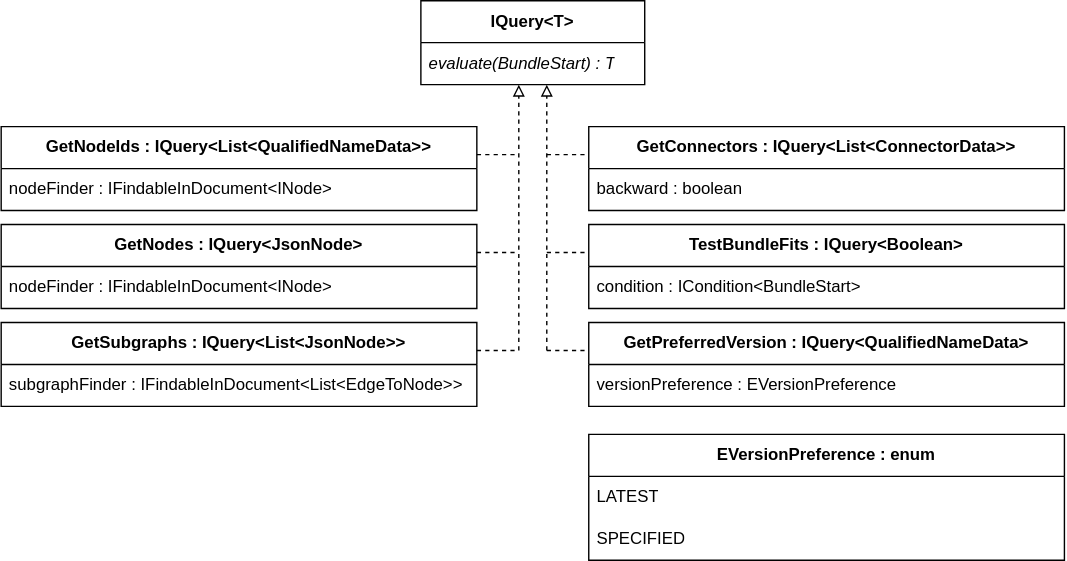
The draw.io diagram query-structure/iquery.drawio.svg in JuliaMeee/mthesis-distributed-provenance-search, before a commit. Source tidied: cells renumbered, new cells last; positions are measured from the earlier drawing's top-left corner, leaving out a move shared by most shapes. Source of this version:
```xml
<mxGraphModel>
  <root>
    <mxCell id="0" />
    <mxCell id="1" parent="0" />
    <mxCell id="2" value="&lt;b&gt;GetNodeIds : IQuery&amp;lt;List&amp;lt;QualifiedNameData&amp;gt;&amp;gt;&lt;/b&gt;" style="swimlane;fontStyle=0;horizontal=1;startSize=30;whiteSpace=wrap;html=1;" parent="1" vertex="1">
      <mxGeometry y="90" width="340" height="60" as="geometry" />
    </mxCell>
    <mxCell id="3" value="nodeFinder :&amp;nbsp;IFindableInDocument&amp;lt;INode&amp;gt;" style="text;strokeColor=none;fillColor=none;align=left;verticalAlign=middle;spacingLeft=4;spacingRight=4;overflow=hidden;whiteSpace=wrap;html=1;" parent="2" vertex="1">
      <mxGeometry y="30" width="340" height="30" as="geometry" />
    </mxCell>
    <mxCell id="4" value="&lt;b&gt;GetNodes :&amp;nbsp;IQuery&amp;lt;JsonNode&amp;gt;&lt;/b&gt;" style="swimlane;fontStyle=0;horizontal=1;startSize=30;whiteSpace=wrap;html=1;" parent="1" vertex="1">
      <mxGeometry y="160" width="340" height="60" as="geometry" />
    </mxCell>
    <mxCell id="5" value="nodeFinder :&amp;nbsp;IFindableInDocument&amp;lt;INode&amp;gt;" style="text;strokeColor=none;fillColor=none;align=left;verticalAlign=middle;spacingLeft=4;spacingRight=4;overflow=hidden;whiteSpace=wrap;html=1;" parent="4" vertex="1">
      <mxGeometry y="30" width="340" height="30" as="geometry" />
    </mxCell>
    <mxCell id="6" value="&lt;b&gt;GetSubgraphs :&amp;nbsp;IQuery&amp;lt;List&amp;lt;JsonNode&amp;gt;&amp;gt;&lt;/b&gt;" style="swimlane;fontStyle=0;horizontal=1;startSize=30;whiteSpace=wrap;html=1;" parent="1" vertex="1">
      <mxGeometry y="230" width="340" height="60" as="geometry" />
    </mxCell>
    <mxCell id="7" value="subgraphFinder :&amp;nbsp;IFindableInDocument&amp;lt;List&amp;lt;EdgeToNode&amp;gt;&amp;gt;" style="text;strokeColor=none;fillColor=none;align=left;verticalAlign=middle;spacingLeft=4;spacingRight=4;overflow=hidden;whiteSpace=wrap;html=1;" parent="6" vertex="1">
      <mxGeometry y="30" width="340" height="30" as="geometry" />
    </mxCell>
    <mxCell id="8" value="&lt;b&gt;TestBundleFits :&amp;nbsp;IQuery&amp;lt;Boolean&amp;gt;&lt;/b&gt;" style="swimlane;fontStyle=0;horizontal=1;startSize=30;whiteSpace=wrap;html=1;" parent="1" vertex="1">
      <mxGeometry x="420" y="160" width="340" height="60" as="geometry" />
    </mxCell>
    <mxCell id="9" value="condition :&amp;nbsp;ICondition&amp;lt;BundleStart&amp;gt;" style="text;strokeColor=none;fillColor=none;align=left;verticalAlign=middle;spacingLeft=4;spacingRight=4;overflow=hidden;whiteSpace=wrap;html=1;" parent="8" vertex="1">
      <mxGeometry y="30" width="340" height="30" as="geometry" />
    </mxCell>
    <mxCell id="10" value="&lt;b&gt;GetPreferredVersion :&amp;nbsp;IQuery&amp;lt;QualifiedNameData&amp;gt;&lt;/b&gt;" style="swimlane;fontStyle=0;horizontal=1;startSize=30;whiteSpace=wrap;html=1;" parent="1" vertex="1">
      <mxGeometry x="420" y="230" width="340" height="60" as="geometry" />
    </mxCell>
    <mxCell id="11" value="versionPreference :&amp;nbsp;EVersionPreference" style="text;strokeColor=none;fillColor=none;align=left;verticalAlign=middle;spacingLeft=4;spacingRight=4;overflow=hidden;whiteSpace=wrap;html=1;" parent="10" vertex="1">
      <mxGeometry y="30" width="340" height="30" as="geometry" />
    </mxCell>
    <mxCell id="12" value="&lt;b&gt;GetConnectors :&amp;nbsp;IQuery&amp;lt;List&amp;lt;ConnectorData&amp;gt;&amp;gt;&lt;/b&gt;" style="swimlane;fontStyle=0;horizontal=1;startSize=30;whiteSpace=wrap;html=1;" parent="1" vertex="1">
      <mxGeometry x="420" y="90" width="340" height="60" as="geometry" />
    </mxCell>
    <mxCell id="13" value="backward : boolean" style="text;strokeColor=none;fillColor=none;align=left;verticalAlign=middle;spacingLeft=4;spacingRight=4;overflow=hidden;whiteSpace=wrap;html=1;" parent="12" vertex="1">
      <mxGeometry y="30" width="340" height="30" as="geometry" />
    </mxCell>
    <mxCell id="14" style="endArrow=block;html=1;rounded=0;endFill=0;dashed=1;" parent="1" edge="1">
      <mxGeometry relative="1" as="geometry">
        <mxPoint x="390" y="250" as="sourcePoint" />
        <mxPoint x="390" y="60" as="targetPoint" />
      </mxGeometry>
    </mxCell>
    <mxCell id="15" style="endArrow=none;dashed=1;html=1;rounded=0;entryX=0;entryY=0.25;entryDx=0;entryDy=0;" parent="1" edge="1">
      <mxGeometry relative="1" as="geometry">
        <mxPoint x="390" y="180" as="sourcePoint" />
        <mxPoint x="420" y="180" as="targetPoint" />
        <Array as="points">
          <mxPoint x="390" y="180" />
        </Array>
      </mxGeometry>
    </mxCell>
    <mxCell id="16" style="endArrow=none;dashed=1;html=1;rounded=0;entryX=0;entryY=0.25;entryDx=0;entryDy=0;" parent="1" edge="1">
      <mxGeometry relative="1" as="geometry">
        <mxPoint x="390" y="250" as="sourcePoint" />
        <mxPoint x="420" y="250" as="targetPoint" />
      </mxGeometry>
    </mxCell>
    <mxCell id="17" style="endArrow=none;dashed=1;html=1;rounded=0;entryX=0;entryY=0.25;entryDx=0;entryDy=0;" parent="1" edge="1">
      <mxGeometry relative="1" as="geometry">
        <mxPoint x="390" y="110" as="sourcePoint" />
        <mxPoint x="420" y="110" as="targetPoint" />
      </mxGeometry>
    </mxCell>
    <mxCell id="18" value="&lt;b&gt;IQuery&amp;lt;T&amp;gt;&lt;/b&gt;" style="swimlane;fontStyle=0;horizontal=1;startSize=30;whiteSpace=wrap;html=1;" parent="1" vertex="1">
      <mxGeometry x="300" width="160" height="60" as="geometry" />
    </mxCell>
    <mxCell id="19" value="&lt;i&gt;evaluate(BundleStart) : T&lt;/i&gt;" style="text;strokeColor=none;fillColor=none;align=left;verticalAlign=middle;spacingLeft=4;spacingRight=4;overflow=hidden;whiteSpace=wrap;html=1;" parent="18" vertex="1">
      <mxGeometry y="30" width="160" height="30" as="geometry" />
    </mxCell>
    <mxCell id="20" style="endArrow=block;html=1;rounded=0;endFill=0;dashed=1;" parent="1" edge="1">
      <mxGeometry relative="1" as="geometry">
        <mxPoint x="370" y="250" as="sourcePoint" />
        <mxPoint x="370" y="60" as="targetPoint" />
      </mxGeometry>
    </mxCell>
    <mxCell id="21" style="endArrow=none;dashed=1;html=1;rounded=0;entryX=0;entryY=0.25;entryDx=0;entryDy=0;" parent="1" edge="1">
      <mxGeometry relative="1" as="geometry">
        <mxPoint x="340" y="110" as="sourcePoint" />
        <mxPoint x="370" y="110" as="targetPoint" />
      </mxGeometry>
    </mxCell>
    <mxCell id="22" style="endArrow=none;dashed=1;html=1;rounded=0;entryX=0;entryY=0.25;entryDx=0;entryDy=0;" parent="1" edge="1">
      <mxGeometry relative="1" as="geometry">
        <mxPoint x="340" y="180" as="sourcePoint" />
        <mxPoint x="370" y="180" as="targetPoint" />
      </mxGeometry>
    </mxCell>
    <mxCell id="23" style="endArrow=none;dashed=1;html=1;rounded=0;entryX=0;entryY=0.25;entryDx=0;entryDy=0;" parent="1" edge="1">
      <mxGeometry relative="1" as="geometry">
        <mxPoint x="340" y="250" as="sourcePoint" />
        <mxPoint x="370" y="250" as="targetPoint" />
        <Array as="points">
          <mxPoint x="340" y="250" />
        </Array>
      </mxGeometry>
    </mxCell>
    <mxCell id="24" value="&lt;b&gt;EVersionPreference : enum&lt;/b&gt;" style="swimlane;fontStyle=0;horizontal=1;startSize=30;whiteSpace=wrap;html=1;" parent="1" vertex="1">
      <mxGeometry x="420" y="310" width="340" height="90" as="geometry" />
    </mxCell>
    <mxCell id="25" value="LATEST" style="text;strokeColor=none;fillColor=none;align=left;verticalAlign=middle;spacingLeft=4;spacingRight=4;overflow=hidden;whiteSpace=wrap;html=1;" parent="24" vertex="1">
      <mxGeometry y="30" width="340" height="30" as="geometry" />
    </mxCell>
    <mxCell id="26" value="SPECIFIED" style="text;strokeColor=none;fillColor=none;align=left;verticalAlign=middle;spacingLeft=4;spacingRight=4;overflow=hidden;whiteSpace=wrap;html=1;" parent="24" vertex="1">
      <mxGeometry y="60" width="340" height="30" as="geometry" />
    </mxCell>
  </root>
</mxGraphModel>
```
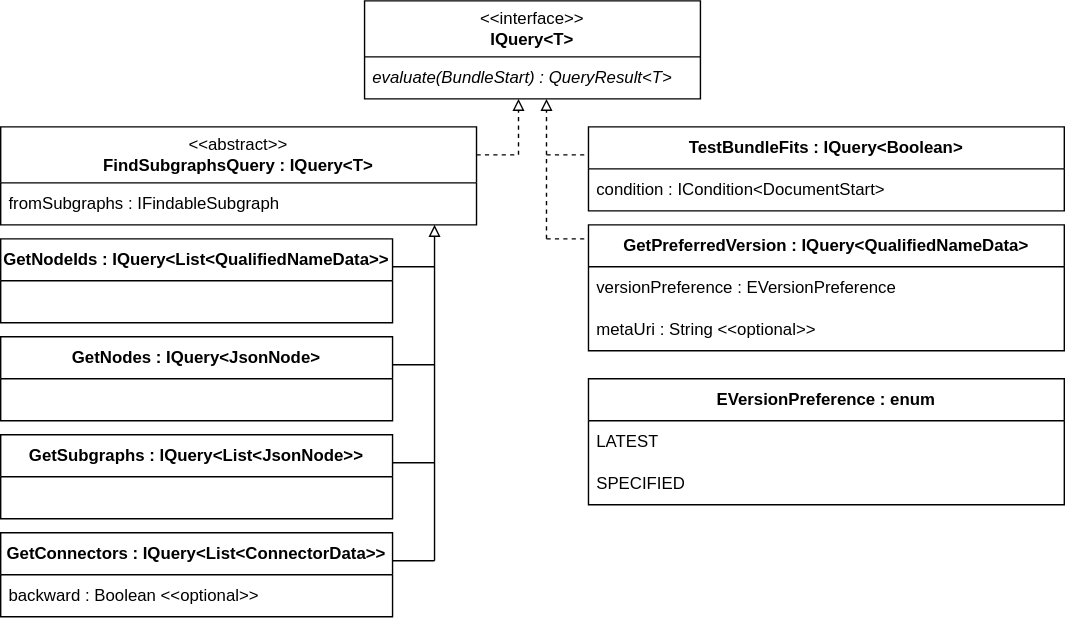
Later version of the same file.

Change to the diagram source:
```diff
@@ -3,103 +3,91 @@
     <mxCell id="0" />
     <mxCell id="1" parent="0" />
     <mxCell id="2" value="&lt;b&gt;GetNodeIds : IQuery&amp;lt;List&amp;lt;QualifiedNameData&amp;gt;&amp;gt;&lt;/b&gt;" style="swimlane;fontStyle=0;horizontal=1;startSize=30;whiteSpace=wrap;html=1;" parent="1" vertex="1">
-      <mxGeometry y="90" width="340" height="60" as="geometry" />
+      <mxGeometry y="160" width="280" height="60" as="geometry" />
     </mxCell>
-    <mxCell id="3" value="nodeFinder :&amp;nbsp;IFindableInDocument&amp;lt;INode&amp;gt;" style="text;strokeColor=none;fillColor=none;align=left;verticalAlign=middle;spacingLeft=4;spacingRight=4;overflow=hidden;whiteSpace=wrap;html=1;" parent="2" vertex="1">
-      <mxGeometry y="30" width="340" height="30" as="geometry" />
-    </mxCell>
     <mxCell id="4" value="&lt;b&gt;GetNodes :&amp;nbsp;IQuery&amp;lt;JsonNode&amp;gt;&lt;/b&gt;" style="swimlane;fontStyle=0;horizontal=1;startSize=30;whiteSpace=wrap;html=1;" parent="1" vertex="1">
-      <mxGeometry y="160" width="340" height="60" as="geometry" />
+      <mxGeometry y="230" width="280" height="60" as="geometry" />
     </mxCell>
-    <mxCell id="5" value="nodeFinder :&amp;nbsp;IFindableInDocument&amp;lt;INode&amp;gt;" style="text;strokeColor=none;fillColor=none;align=left;verticalAlign=middle;spacingLeft=4;spacingRight=4;overflow=hidden;whiteSpace=wrap;html=1;" parent="4" vertex="1">
-      <mxGeometry y="30" width="340" height="30" as="geometry" />
-    </mxCell>
     <mxCell id="6" value="&lt;b&gt;GetSubgraphs :&amp;nbsp;IQuery&amp;lt;List&amp;lt;JsonNode&amp;gt;&amp;gt;&lt;/b&gt;" style="swimlane;fontStyle=0;horizontal=1;startSize=30;whiteSpace=wrap;html=1;" parent="1" vertex="1">
-      <mxGeometry y="230" width="340" height="60" as="geometry" />
+      <mxGeometry y="300" width="280" height="60" as="geometry" />
     </mxCell>
-    <mxCell id="7" value="subgraphFinder :&amp;nbsp;IFindableInDocument&amp;lt;List&amp;lt;EdgeToNode&amp;gt;&amp;gt;" style="text;strokeColor=none;fillColor=none;align=left;verticalAlign=middle;spacingLeft=4;spacingRight=4;overflow=hidden;whiteSpace=wrap;html=1;" parent="6" vertex="1">
-      <mxGeometry y="30" width="340" height="30" as="geometry" />
-    </mxCell>
     <mxCell id="8" value="&lt;b&gt;TestBundleFits :&amp;nbsp;IQuery&amp;lt;Boolean&amp;gt;&lt;/b&gt;" style="swimlane;fontStyle=0;horizontal=1;startSize=30;whiteSpace=wrap;html=1;" parent="1" vertex="1">
-      <mxGeometry x="420" y="160" width="340" height="60" as="geometry" />
+      <mxGeometry x="420" y="80" width="340" height="60" as="geometry" />
     </mxCell>
-    <mxCell id="9" value="condition :&amp;nbsp;ICondition&amp;lt;BundleStart&amp;gt;" style="text;strokeColor=none;fillColor=none;align=left;verticalAlign=middle;spacingLeft=4;spacingRight=4;overflow=hidden;whiteSpace=wrap;html=1;" parent="8" vertex="1">
+    <mxCell id="9" value="condition :&amp;nbsp;ICondition&amp;lt;DocumentStart&amp;gt;" style="text;strokeColor=none;fillColor=none;align=left;verticalAlign=middle;spacingLeft=4;spacingRight=4;overflow=hidden;whiteSpace=wrap;html=1;" parent="8" vertex="1">
       <mxGeometry y="30" width="340" height="30" as="geometry" />
     </mxCell>
     <mxCell id="10" value="&lt;b&gt;GetPreferredVersion :&amp;nbsp;IQuery&amp;lt;QualifiedNameData&amp;gt;&lt;/b&gt;" style="swimlane;fontStyle=0;horizontal=1;startSize=30;whiteSpace=wrap;html=1;" parent="1" vertex="1">
-      <mxGeometry x="420" y="230" width="340" height="60" as="geometry" />
+      <mxGeometry x="420" y="150" width="340" height="90" as="geometry" />
     </mxCell>
     <mxCell id="11" value="versionPreference :&amp;nbsp;EVersionPreference" style="text;strokeColor=none;fillColor=none;align=left;verticalAlign=middle;spacingLeft=4;spacingRight=4;overflow=hidden;whiteSpace=wrap;html=1;" parent="10" vertex="1">
       <mxGeometry y="30" width="340" height="30" as="geometry" />
     </mxCell>
+    <mxCell id="27" value="metaUri : String &amp;lt;&amp;lt;optional&amp;gt;&amp;gt;&amp;nbsp;" style="text;strokeColor=none;fillColor=none;align=left;verticalAlign=middle;spacingLeft=4;spacingRight=4;overflow=hidden;whiteSpace=wrap;html=1;" parent="10" vertex="1">
+      <mxGeometry y="60" width="340" height="30" as="geometry" />
+    </mxCell>
     <mxCell id="12" value="&lt;b&gt;GetConnectors :&amp;nbsp;IQuery&amp;lt;List&amp;lt;ConnectorData&amp;gt;&amp;gt;&lt;/b&gt;" style="swimlane;fontStyle=0;horizontal=1;startSize=30;whiteSpace=wrap;html=1;" parent="1" vertex="1">
-      <mxGeometry x="420" y="90" width="340" height="60" as="geometry" />
+      <mxGeometry y="370" width="280" height="60" as="geometry" />
     </mxCell>
-    <mxCell id="13" value="backward : boolean" style="text;strokeColor=none;fillColor=none;align=left;verticalAlign=middle;spacingLeft=4;spacingRight=4;overflow=hidden;whiteSpace=wrap;html=1;" parent="12" vertex="1">
-      <mxGeometry y="30" width="340" height="30" as="geometry" />
+    <mxCell id="13" value="backward : Boolean &amp;lt;&amp;lt;optional&amp;gt;&amp;gt;" style="text;strokeColor=none;fillColor=none;align=left;verticalAlign=middle;spacingLeft=4;spacingRight=4;overflow=hidden;whiteSpace=wrap;html=1;" parent="12" vertex="1">
+      <mxGeometry y="30" width="280" height="30" as="geometry" />
     </mxCell>
     <mxCell id="14" style="endArrow=block;html=1;rounded=0;endFill=0;dashed=1;" parent="1" edge="1">
       <mxGeometry relative="1" as="geometry">
-        <mxPoint x="390" y="250" as="sourcePoint" />
+        <mxPoint x="390" y="160" as="sourcePoint" />
         <mxPoint x="390" y="60" as="targetPoint" />
       </mxGeometry>
     </mxCell>
-    <mxCell id="15" style="endArrow=none;dashed=1;html=1;rounded=0;entryX=0;entryY=0.25;entryDx=0;entryDy=0;" parent="1" edge="1">
+    <mxCell id="15" style="endArrow=none;html=1;rounded=0;entryX=0;entryY=0.25;entryDx=0;entryDy=0;dashed=1;" parent="1" edge="1">
       <mxGeometry relative="1" as="geometry">
-        <mxPoint x="390" y="180" as="sourcePoint" />
-        <mxPoint x="420" y="180" as="targetPoint" />
+        <mxPoint x="390" y="160" as="sourcePoint" />
+        <mxPoint x="420" y="160" as="targetPoint" />
         <Array as="points">
-          <mxPoint x="390" y="180" />
+          <mxPoint x="390" y="160" />
         </Array>
       </mxGeometry>
     </mxCell>
-    <mxCell id="16" style="endArrow=none;dashed=1;html=1;rounded=0;entryX=0;entryY=0.25;entryDx=0;entryDy=0;" parent="1" edge="1">
-      <mxGeometry relative="1" as="geometry">
-        <mxPoint x="390" y="250" as="sourcePoint" />
-        <mxPoint x="420" y="250" as="targetPoint" />
-      </mxGeometry>
-    </mxCell>
-    <mxCell id="17" style="endArrow=none;dashed=1;html=1;rounded=0;entryX=0;entryY=0.25;entryDx=0;entryDy=0;" parent="1" edge="1">
+    <mxCell id="17" style="endArrow=none;html=1;rounded=0;entryX=0;entryY=0.25;entryDx=0;entryDy=0;dashed=1;" parent="1" edge="1">
       <mxGeometry relative="1" as="geometry">
-        <mxPoint x="390" y="110" as="sourcePoint" />
-        <mxPoint x="420" y="110" as="targetPoint" />
+        <mxPoint x="390" y="100" as="sourcePoint" />
+        <mxPoint x="420" y="100" as="targetPoint" />
       </mxGeometry>
     </mxCell>
-    <mxCell id="18" value="&lt;b&gt;IQuery&amp;lt;T&amp;gt;&lt;/b&gt;" style="swimlane;fontStyle=0;horizontal=1;startSize=30;whiteSpace=wrap;html=1;" parent="1" vertex="1">
-      <mxGeometry x="300" width="160" height="60" as="geometry" />
+    <mxCell id="18" value="&amp;lt;&amp;lt;interface&amp;gt;&amp;gt;&lt;div&gt;&lt;span style=&quot;font-weight: bold;&quot;&gt;IQuery&amp;lt;T&amp;gt;&lt;/span&gt;&lt;/div&gt;" style="swimlane;fontStyle=0;horizontal=1;startSize=40;whiteSpace=wrap;html=1;" parent="1" vertex="1">
+      <mxGeometry x="260" y="-10" width="240" height="70" as="geometry" />
     </mxCell>
-    <mxCell id="19" value="&lt;i&gt;evaluate(BundleStart) : T&lt;/i&gt;" style="text;strokeColor=none;fillColor=none;align=left;verticalAlign=middle;spacingLeft=4;spacingRight=4;overflow=hidden;whiteSpace=wrap;html=1;" parent="18" vertex="1">
-      <mxGeometry y="30" width="160" height="30" as="geometry" />
+    <mxCell id="19" value="&lt;i&gt;evaluate(BundleStart) : QueryResult&amp;lt;T&amp;gt;&lt;/i&gt;" style="text;strokeColor=none;fillColor=none;align=left;verticalAlign=middle;spacingLeft=4;spacingRight=4;overflow=hidden;whiteSpace=wrap;html=1;" parent="18" vertex="1">
+      <mxGeometry y="40" width="240" height="30" as="geometry" />
     </mxCell>
     <mxCell id="20" style="endArrow=block;html=1;rounded=0;endFill=0;dashed=1;" parent="1" edge="1">
       <mxGeometry relative="1" as="geometry">
-        <mxPoint x="370" y="250" as="sourcePoint" />
+        <mxPoint x="370" y="100" as="sourcePoint" />
         <mxPoint x="370" y="60" as="targetPoint" />
       </mxGeometry>
     </mxCell>
-    <mxCell id="21" style="endArrow=none;dashed=1;html=1;rounded=0;entryX=0;entryY=0.25;entryDx=0;entryDy=0;" parent="1" edge="1">
+    <mxCell id="21" style="endArrow=none;html=1;rounded=0;entryX=0;entryY=0.25;entryDx=0;entryDy=0;dashed=1;" parent="1" edge="1">
       <mxGeometry relative="1" as="geometry">
-        <mxPoint x="340" y="110" as="sourcePoint" />
-        <mxPoint x="370" y="110" as="targetPoint" />
+        <mxPoint x="340" y="100" as="sourcePoint" />
+        <mxPoint x="370" y="100" as="targetPoint" />
       </mxGeometry>
     </mxCell>
-    <mxCell id="22" style="endArrow=none;dashed=1;html=1;rounded=0;entryX=0;entryY=0.25;entryDx=0;entryDy=0;" parent="1" edge="1">
+    <mxCell id="22" style="endArrow=none;html=1;rounded=0;entryX=0;entryY=0.25;entryDx=0;entryDy=0;" parent="1" edge="1">
       <mxGeometry relative="1" as="geometry">
-        <mxPoint x="340" y="180" as="sourcePoint" />
-        <mxPoint x="370" y="180" as="targetPoint" />
+        <mxPoint x="280" y="180" as="sourcePoint" />
+        <mxPoint x="310" y="180" as="targetPoint" />
       </mxGeometry>
     </mxCell>
-    <mxCell id="23" style="endArrow=none;dashed=1;html=1;rounded=0;entryX=0;entryY=0.25;entryDx=0;entryDy=0;" parent="1" edge="1">
+    <mxCell id="23" style="endArrow=none;html=1;rounded=0;entryX=0;entryY=0.25;entryDx=0;entryDy=0;" parent="1" edge="1">
       <mxGeometry relative="1" as="geometry">
-        <mxPoint x="340" y="250" as="sourcePoint" />
-        <mxPoint x="370" y="250" as="targetPoint" />
+        <mxPoint x="280" y="250" as="sourcePoint" />
+        <mxPoint x="310" y="250" as="targetPoint" />
         <Array as="points">
-          <mxPoint x="340" y="250" />
+          <mxPoint x="280" y="250" />
         </Array>
       </mxGeometry>
     </mxCell>
     <mxCell id="24" value="&lt;b&gt;EVersionPreference : enum&lt;/b&gt;" style="swimlane;fontStyle=0;horizontal=1;startSize=30;whiteSpace=wrap;html=1;" parent="1" vertex="1">
-      <mxGeometry x="420" y="310" width="340" height="90" as="geometry" />
+      <mxGeometry x="420" y="260" width="340" height="90" as="geometry" />
     </mxCell>
     <mxCell id="25" value="LATEST" style="text;strokeColor=none;fillColor=none;align=left;verticalAlign=middle;spacingLeft=4;spacingRight=4;overflow=hidden;whiteSpace=wrap;html=1;" parent="24" vertex="1">
       <mxGeometry y="30" width="340" height="30" as="geometry" />
@@ -107,5 +95,35 @@
     <mxCell id="26" value="SPECIFIED" style="text;strokeColor=none;fillColor=none;align=left;verticalAlign=middle;spacingLeft=4;spacingRight=4;overflow=hidden;whiteSpace=wrap;html=1;" parent="24" vertex="1">
       <mxGeometry y="60" width="340" height="30" as="geometry" />
     </mxCell>
+    <mxCell id="28" value="&amp;lt;&amp;lt;abstract&amp;gt;&amp;gt;&lt;div&gt;&lt;b style=&quot;&quot;&gt;FindSubgraphsQuery : IQuery&amp;lt;T&amp;gt;&lt;/b&gt;&lt;/div&gt;" style="swimlane;fontStyle=0;horizontal=1;startSize=40;whiteSpace=wrap;html=1;" parent="1" vertex="1">
+      <mxGeometry y="80" width="340" height="70" as="geometry" />
+    </mxCell>
+    <mxCell id="29" value="fromSubgraphs :&amp;nbsp;IFindableSubgraph" style="text;strokeColor=none;fillColor=none;align=left;verticalAlign=middle;spacingLeft=4;spacingRight=4;overflow=hidden;whiteSpace=wrap;html=1;" parent="28" vertex="1">
+      <mxGeometry y="40" width="340" height="30" as="geometry" />
+    </mxCell>
+    <mxCell id="30" style="endArrow=block;html=1;rounded=0;endFill=0;" parent="1" edge="1">
+      <mxGeometry relative="1" as="geometry">
+        <mxPoint x="310" y="390" as="sourcePoint" />
+        <mxPoint x="310" y="150" as="targetPoint" />
+      </mxGeometry>
+    </mxCell>
+    <mxCell id="31" style="endArrow=none;html=1;rounded=0;entryX=0;entryY=0.25;entryDx=0;entryDy=0;" parent="1" edge="1">
+      <mxGeometry relative="1" as="geometry">
+        <mxPoint x="280" y="320" as="sourcePoint" />
+        <mxPoint x="310" y="320" as="targetPoint" />
+        <Array as="points">
+          <mxPoint x="280" y="320" />
+        </Array>
+      </mxGeometry>
+    </mxCell>
+    <mxCell id="32" style="endArrow=none;html=1;rounded=0;entryX=0;entryY=0.25;entryDx=0;entryDy=0;" parent="1" edge="1">
+      <mxGeometry relative="1" as="geometry">
+        <mxPoint x="280" y="390" as="sourcePoint" />
+        <mxPoint x="310" y="390" as="targetPoint" />
+        <Array as="points">
+          <mxPoint x="280" y="390" />
+        </Array>
+      </mxGeometry>
+    </mxCell>
   </root>
 </mxGraphModel>
```
